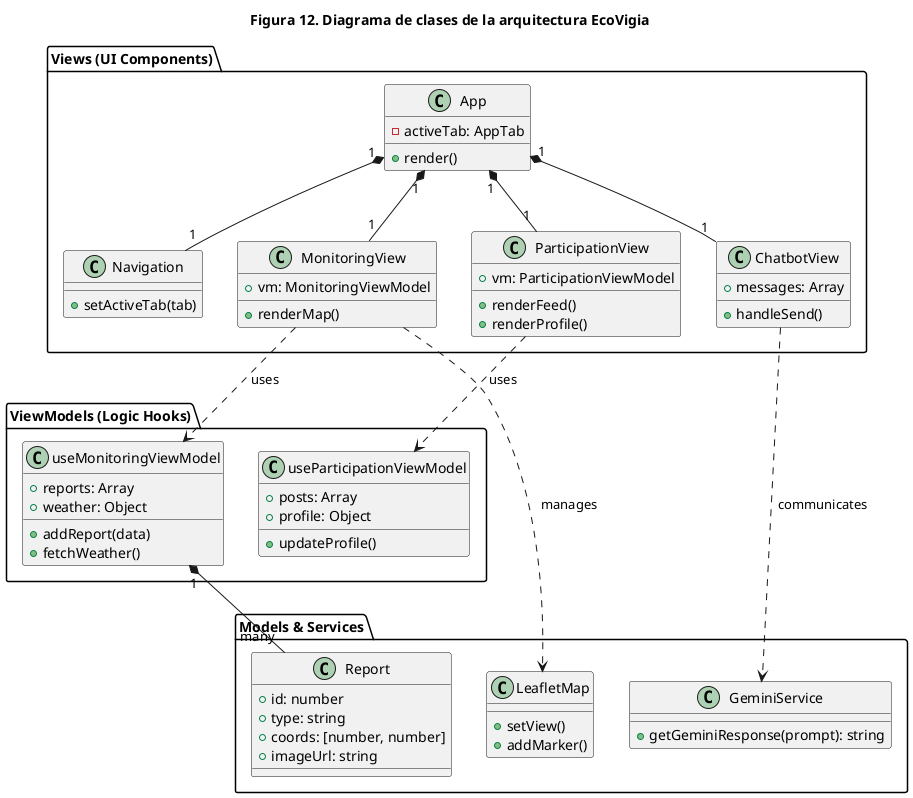
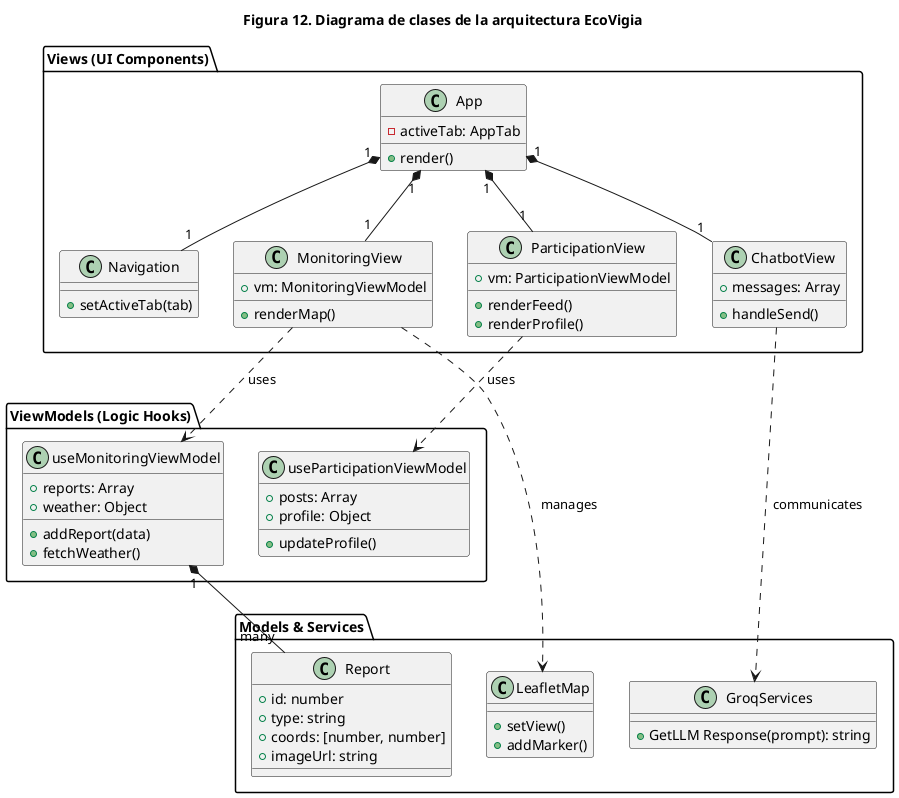
@startuml
title Figura 12. Diagrama de clases de la arquitectura EcoVigia

package "Views (UI Components)" {
    class App {
        - activeTab: AppTab
        + render()
    }
    class Navigation {
        + setActiveTab(tab)
    }
    class MonitoringView {
        + vm: MonitoringViewModel
        + renderMap()
    }
    class ParticipationView {
        + vm: ParticipationViewModel
        + renderFeed()
        + renderProfile()
    }
    class ChatbotView {
        + messages: Array
        + handleSend()
    }
}

package "ViewModels (Logic Hooks)" {
    class useMonitoringViewModel {
        + reports: Array
        + weather: Object
        + addReport(data)
        + fetchWeather()
    }
    class useParticipationViewModel {
        + posts: Array
        + profile: Object
        + updateProfile()
    }
}

package "Models & Services" {
    class Report {
        + id: number
        + type: string
        + coords: [number, number]
        + imageUrl: string
    }
-     class GeminiService {
-         + getGeminiResponse(prompt): string
+     class GroqServices {
+         + GetLLM Response(prompt): string
    }
    class LeafletMap {
        + setView()
        + addMarker()
    }
}

App "1" *-- "1" Navigation
App "1" *-- "1" MonitoringView
App "1" *-- "1" ParticipationView
App "1" *-- "1" ChatbotView

MonitoringView ..> useMonitoringViewModel : uses
ParticipationView ..> useParticipationViewModel : uses
- ChatbotView ..> GeminiService : communicates
+ ChatbotView ..> GroqServices : communicates
useMonitoringViewModel "1" *-- "many" Report
MonitoringView ..> LeafletMap : manages
@enduml
